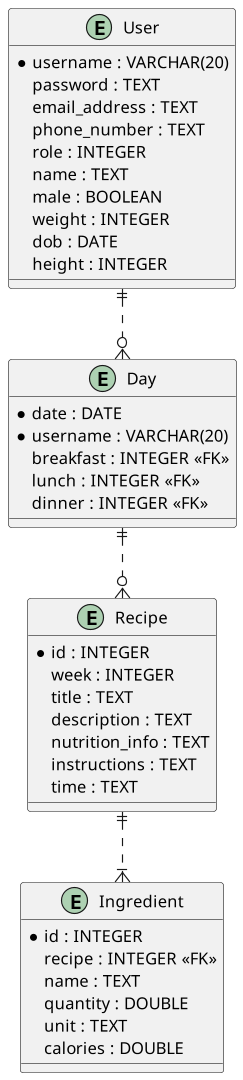
Above: diagram/entity-relationship.png in sofush/kostplan (PlantUML), before the change.
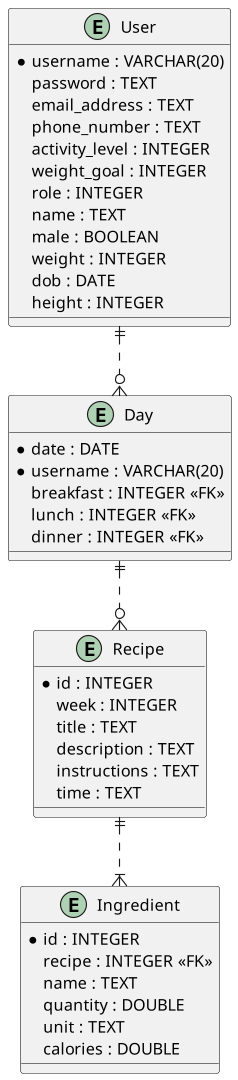
Later version of the same file.

Commit message:
docs: update diagrams to include activity level

Diff of the diagram source:
```diff
@@ -5,6 +5,8 @@
 	password : TEXT
 	email_address : TEXT
 	phone_number : TEXT
+	activity_level : INTEGER
+	weight_goal : INTEGER
 	role : INTEGER
 	name : TEXT
 	male : BOOLEAN
@@ -24,7 +26,6 @@
 	week : INTEGER
 	title : TEXT
 	description : TEXT
-	nutrition_info : TEXT
 	instructions : TEXT
 	time : TEXT
 }
```
